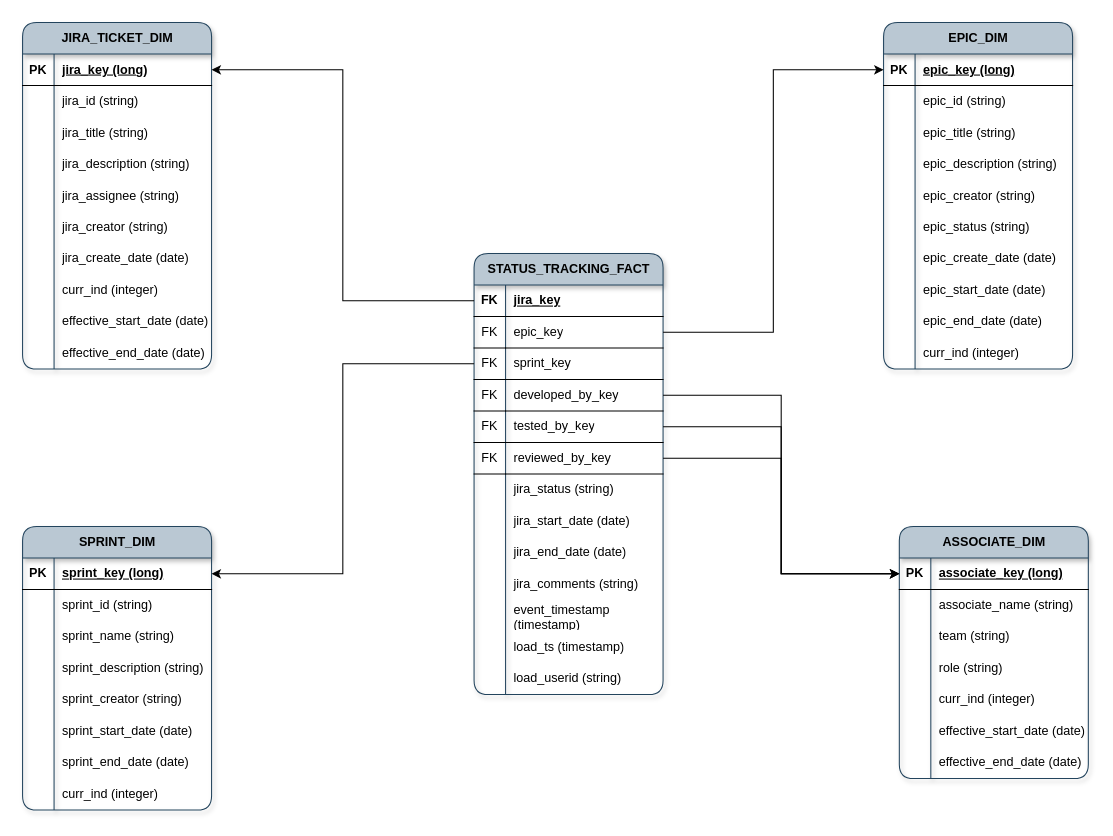
SanjibSaikia/Data-Modelling keeps this draw.io diagram as JIRA_Issues_Dimensional_Model.drawio. Above is the earlier version. Source tidied: cells renumbered, new cells numbered last; positions are measured from the earlier drawing's top-left corner, leaving out a move shared by most shapes. Both pictures are drawn from the tidied source at 105%, with x=0, y=0 at pixel (22, 22).
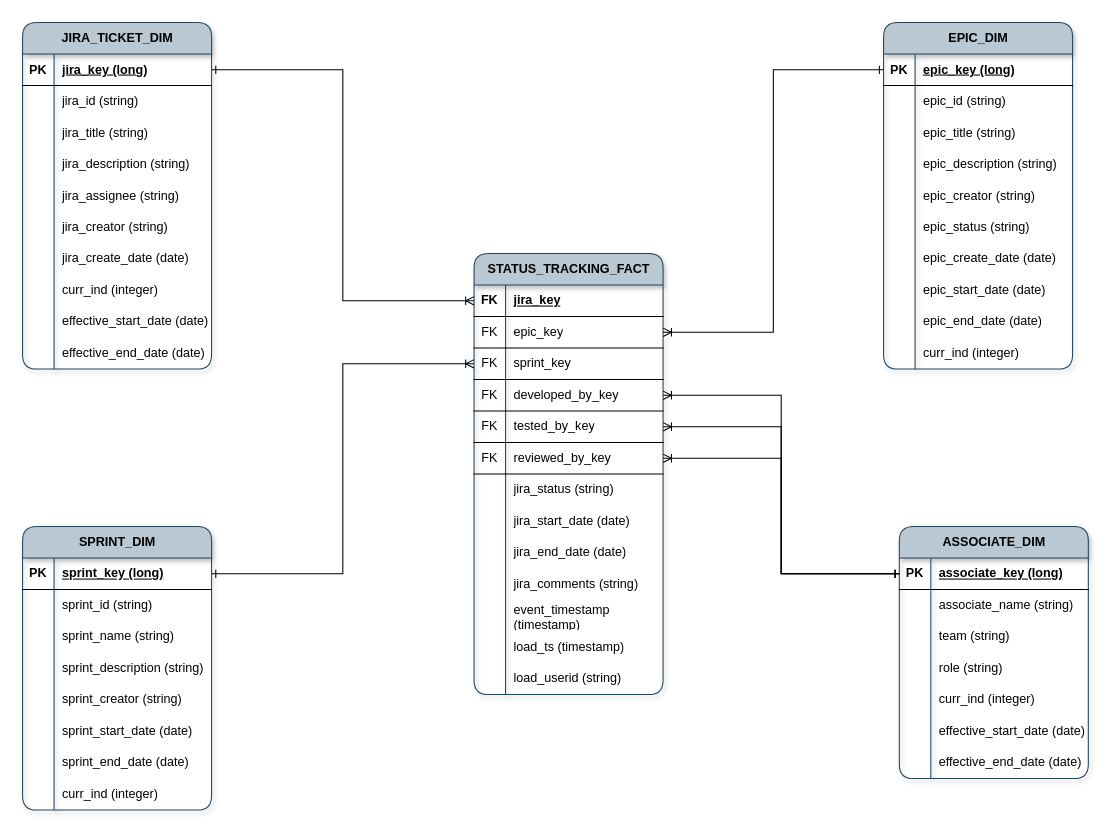
After the change.

The change refers to these unchanged cells:
```xml
<mxCell id="3" style="shape=tableRow;horizontal=0;startSize=0;swimlaneHead=0;swimlaneBody=0;fillColor=none;points=[[0,0.5],[1,0.5]];portConstraint=eastwest;top=0;left=0;right=0;bottom=1;" parent="2" vertex="1">
  <mxGeometry y="30" width="180" height="30" as="geometry" />
</mxCell>
<mxCell id="34" style="shape=tableRow;horizontal=0;startSize=0;swimlaneHead=0;swimlaneBody=0;fillColor=none;points=[[0,0.5],[1,0.5]];portConstraint=eastwest;top=0;left=0;right=0;bottom=1;" parent="33" vertex="1">
  <mxGeometry y="30" width="180" height="30" as="geometry" />
</mxCell>
<mxCell id="65" style="shape=tableRow;horizontal=0;startSize=0;swimlaneHead=0;swimlaneBody=0;fillColor=none;points=[[0,0.5],[1,0.5]];portConstraint=eastwest;top=0;left=0;right=0;bottom=1;" parent="64" vertex="1">
  <mxGeometry y="30" width="180" height="30" as="geometry" />
</mxCell>
<mxCell id="90" style="shape=tableRow;horizontal=0;startSize=0;swimlaneHead=0;swimlaneBody=0;fillColor=none;points=[[0,0.5],[1,0.5]];portConstraint=eastwest;top=0;left=0;right=0;bottom=1;" parent="89" vertex="1">
  <mxGeometry y="30" width="180" height="30" as="geometry" />
</mxCell>
<mxCell id="112" style="shape=tableRow;horizontal=0;startSize=0;swimlaneHead=0;swimlaneBody=0;fillColor=none;points=[[0,0.5],[1,0.5]];portConstraint=eastwest;top=0;left=0;right=0;bottom=1;" parent="111" vertex="1">
  <mxGeometry y="30" width="180" height="30" as="geometry" />
</mxCell>
<mxCell id="115" style="shape=tableRow;horizontal=0;startSize=0;swimlaneHead=0;swimlaneBody=0;fillColor=none;points=[[0,0.5],[1,0.5]];portConstraint=eastwest;top=0;left=0;right=0;bottom=0;" parent="111" vertex="1">
  <mxGeometry y="60" width="180" height="30" as="geometry" />
</mxCell>
<mxCell id="118" style="shape=tableRow;horizontal=0;startSize=0;swimlaneHead=0;swimlaneBody=0;fillColor=none;points=[[0,0.5],[1,0.5]];portConstraint=eastwest;top=0;left=0;right=0;bottom=0;" parent="111" vertex="1">
  <mxGeometry y="90" width="180" height="30" as="geometry" />
</mxCell>
<mxCell id="121" style="shape=tableRow;horizontal=0;startSize=0;swimlaneHead=0;swimlaneBody=0;fillColor=none;points=[[0,0.5],[1,0.5]];portConstraint=eastwest;top=0;left=0;right=0;bottom=0;" parent="111" vertex="1">
  <mxGeometry y="120" width="180" height="30" as="geometry" />
</mxCell>
<mxCell id="124" style="shape=tableRow;horizontal=0;startSize=0;swimlaneHead=0;swimlaneBody=0;fillColor=none;points=[[0,0.5],[1,0.5]];portConstraint=eastwest;top=0;left=0;right=0;bottom=0;" parent="111" vertex="1">
  <mxGeometry y="150" width="180" height="30" as="geometry" />
</mxCell>
<mxCell id="127" style="shape=tableRow;horizontal=0;startSize=0;swimlaneHead=0;swimlaneBody=0;fillColor=none;points=[[0,0.5],[1,0.5]];portConstraint=eastwest;top=0;left=0;right=0;bottom=0;" parent="111" vertex="1">
  <mxGeometry y="180" width="180" height="30" as="geometry" />
</mxCell>
```

The edit, as a diff of the source:
```diff
@@
-    <mxCell id="151" style="edgeStyle=orthogonalEdgeStyle;rounded=0;jettySize=auto;html=1;exitX=0;exitY=0.5;exitDx=0;exitDy=0;entryX=1;entryY=0.5;entryDx=0;entryDy=0;" parent="1" edge="1" source="112" target="3">
+    <mxCell id="151" style="edgeStyle=orthogonalEdgeStyle;rounded=0;jettySize=auto;html=1;exitX=0;exitY=0.5;exitDx=0;exitDy=0;entryX=1;entryY=0.5;entryDx=0;entryDy=0;startArrow=ERoneToMany;startFill=0;endArrow=ERone;endFill=0;" parent="1" edge="1" source="112" target="3">
       <mxGeometry relative="1" as="geometry" />
     </mxCell>
-    <mxCell id="152" style="edgeStyle=orthogonalEdgeStyle;rounded=0;jettySize=auto;html=1;exitX=1;exitY=0.5;exitDx=0;exitDy=0;entryX=0;entryY=0.5;entryDx=0;entryDy=0;" parent="1" edge="1" source="115" target="34">
+    <mxCell id="152" style="edgeStyle=orthogonalEdgeStyle;rounded=0;jettySize=auto;html=1;exitX=1;exitY=0.5;exitDx=0;exitDy=0;entryX=0;entryY=0.5;entryDx=0;entryDy=0;startArrow=ERoneToMany;startFill=0;endArrow=ERone;endFill=0;" parent="1" edge="1" source="115" target="34">
       <mxGeometry relative="1" as="geometry" />
     </mxCell>
-    <mxCell id="153" style="edgeStyle=orthogonalEdgeStyle;rounded=0;jettySize=auto;html=1;exitX=0;exitY=0.5;exitDx=0;exitDy=0;entryX=1;entryY=0.5;entryDx=0;entryDy=0;" parent="1" edge="1" source="118" target="65">
+    <mxCell id="153" style="edgeStyle=orthogonalEdgeStyle;rounded=0;jettySize=auto;html=1;exitX=0;exitY=0.5;exitDx=0;exitDy=0;entryX=1;entryY=0.5;entryDx=0;entryDy=0;endArrow=ERone;endFill=0;startArrow=ERoneToMany;startFill=0;" parent="1" edge="1" source="118" target="65">
       <mxGeometry relative="1" as="geometry" />
     </mxCell>
-    <mxCell id="154" style="edgeStyle=orthogonalEdgeStyle;rounded=0;jettySize=auto;html=1;exitX=1;exitY=0.5;exitDx=0;exitDy=0;entryX=0;entryY=0.5;entryDx=0;entryDy=0;" parent="1" edge="1" source="121" target="90">
+    <mxCell id="154" style="edgeStyle=orthogonalEdgeStyle;rounded=0;jettySize=auto;html=1;exitX=1;exitY=0.5;exitDx=0;exitDy=0;entryX=0;entryY=0.5;entryDx=0;entryDy=0;startArrow=ERoneToMany;startFill=0;endArrow=ERone;endFill=0;" parent="1" edge="1" source="121" target="90">
       <mxGeometry relative="1" as="geometry" />
     </mxCell>
-    <mxCell id="155" style="edgeStyle=orthogonalEdgeStyle;rounded=0;jettySize=auto;html=1;exitX=1;exitY=0.5;exitDx=0;exitDy=0;entryX=0;entryY=0.5;entryDx=0;entryDy=0;" parent="1" edge="1" source="124" target="90">
+    <mxCell id="155" style="edgeStyle=orthogonalEdgeStyle;rounded=0;jettySize=auto;html=1;exitX=1;exitY=0.5;exitDx=0;exitDy=0;entryX=0;entryY=0.5;entryDx=0;entryDy=0;startArrow=ERoneToMany;startFill=0;endArrow=ERone;endFill=0;" parent="1" edge="1" source="124" target="90">
       <mxGeometry relative="1" as="geometry" />
     </mxCell>
-    <mxCell id="156" style="edgeStyle=orthogonalEdgeStyle;rounded=0;jettySize=auto;html=1;exitX=1;exitY=0.5;exitDx=0;exitDy=0;entryX=0;entryY=0.5;entryDx=0;entryDy=0;" parent="1" edge="1" source="127" target="90">
+    <mxCell id="156" style="edgeStyle=orthogonalEdgeStyle;rounded=0;jettySize=auto;html=1;exitX=1;exitY=0.5;exitDx=0;exitDy=0;entryX=0;entryY=0.5;entryDx=0;entryDy=0;endArrow=ERone;endFill=0;startArrow=ERoneToMany;startFill=0;" parent="1" edge="1" source="127" target="90">
       <mxGeometry relative="1" as="geometry" />
     </mxCell>
```
